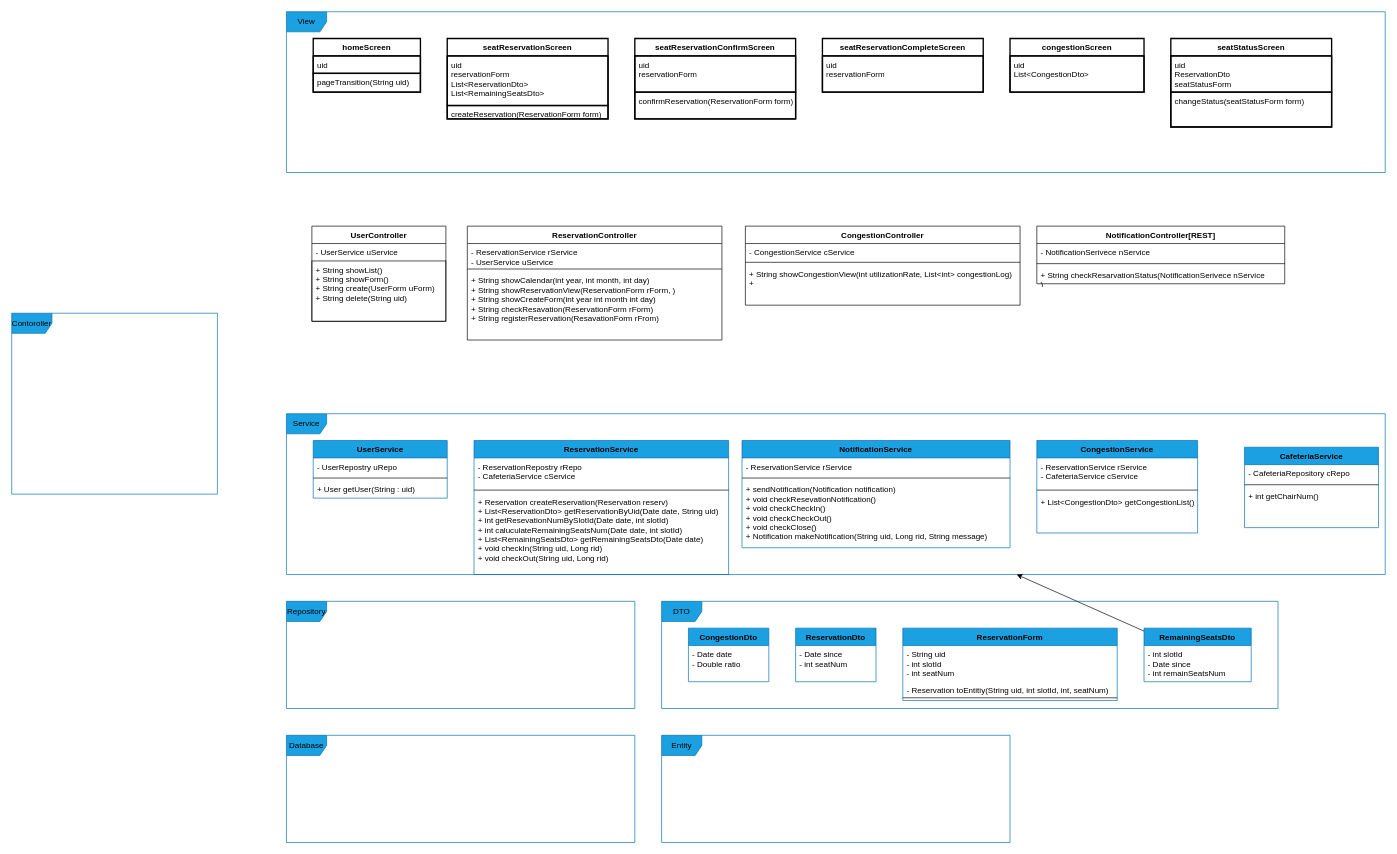
10matcho27/Avengers keeps this draw.io diagram as CaptainLunch/design/drawio/class_takamatsu.drawio. Above is the earlier version. Source tidied: cells renumbered, new cells numbered last; positions are measured from the earlier drawing's top-left corner, leaving out a move shared by most shapes. Both pictures are drawn from the tidied source at 67%, with x=0, y=0 at pixel (11, 11).
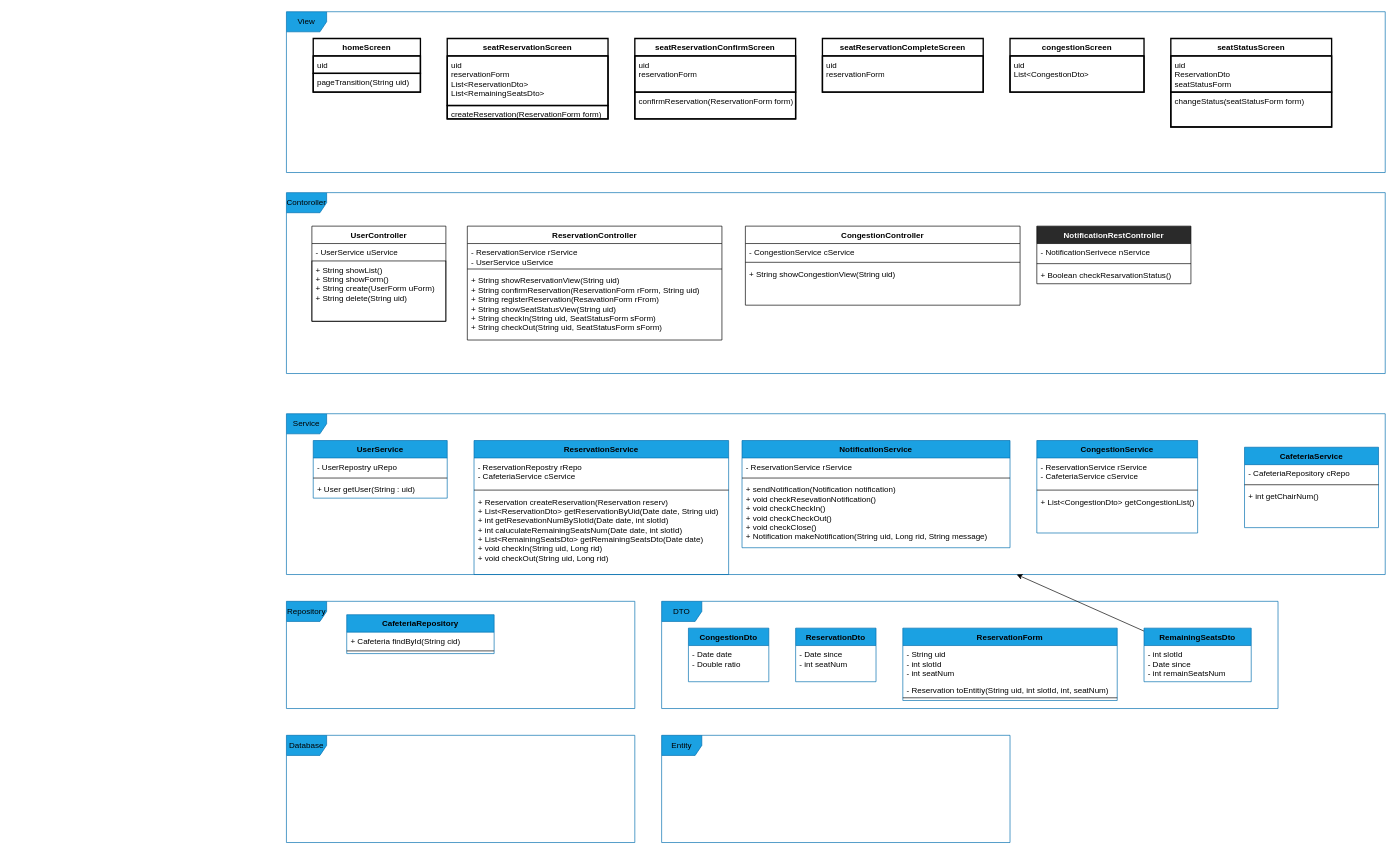
After the change.

Commit message:
途中経過 たかまつ

Unchanged cells that the change refers to:
```xml
<mxCell id="13" value="ReservationController" style="swimlane;fontStyle=1;align=center;verticalAlign=top;horizontal=1;startSize=26;strokeColor=#000000;" parent="1" vertex="1">
  <mxGeometry x="680" y="320" width="380" height="170" as="geometry" />
</mxCell>
<mxCell id="17" value="CongestionController" style="swimlane;fontStyle=1;align=center;verticalAlign=top;horizontal=1;startSize=26;strokeColor=#000000;" parent="1" vertex="1">
  <mxGeometry x="1095" y="320" width="410" height="118" as="geometry" />
</mxCell>
```

Diff of the diagram source:
```diff
@@
-    <mxCell id="16" value="+ String showCalendar(int year, int month, int day)&#10;+ String showReservationView(ReservationForm rForm, )&#10;+ String showCreateForm(int year int month int day)&#10;+ String checkResavation(ReservationForm rForm)&#10;+ String registerReservation(ResavationForm rFrom)" style="text;strokeColor=none;fillColor=none;align=left;verticalAlign=top;spacingLeft=4;spacingRight=4;overflow=hidden;fontColor=#000000;" parent="13" vertex="1">
+    <mxCell id="16" value="+ String showReservationView(String uid)&#10;+ String confirmReservation(ReservationForm rForm, String uid)&#10;+ String registerReservation(ResavationForm rFrom)&#10;+ String showSeatStatusView(String uid)&#10;+ String checkIn(String uid, SeatStatusForm sForm)&#10;+ String checkOut(String uid, SeatStatusForm sForm)" style="text;strokeColor=none;fillColor=none;align=left;verticalAlign=top;spacingLeft=4;spacingRight=4;overflow=hidden;fontColor=#000000;" parent="13" vertex="1">
       <mxGeometry y="68" width="380" height="102" as="geometry" />
     </mxCell>
@@
-    <mxCell id="20" value="+ String showCongestionView(int utilizationRate, List&lt;int&gt; congestionLog)&#10;+ " style="text;strokeColor=none;fillColor=none;align=left;verticalAlign=top;spacingLeft=4;spacingRight=4;overflow=hidden;fontColor=#000000;" parent="17" vertex="1">
+    <mxCell id="20" value="+ String showCongestionView(String uid) " style="text;strokeColor=none;fillColor=none;align=left;verticalAlign=top;spacingLeft=4;spacingRight=4;overflow=hidden;fontColor=#000000;" parent="17" vertex="1">
       <mxGeometry y="58" width="410" height="60" as="geometry" />
     </mxCell>
-    <mxCell id="21" value="NotificationController[REST]" style="swimlane;fontStyle=1;align=center;verticalAlign=top;horizontal=1;startSize=26;fontColor=#000000;fillColor=#FFFFFF;strokeColor=#000000;" parent="1" vertex="1">
-      <mxGeometry x="1530" y="320" width="370" height="86" as="geometry" />
+    <mxCell id="21" value="NotificationRestController" style="swimlane;fontStyle=1;align=center;verticalAlign=top;horizontal=1;startSize=26;fontColor=#FFFFFF;fillColor=#2A2A2A;strokeColor=#000000;" parent="1" vertex="1">
+      <mxGeometry x="1530" y="320" width="230" height="86" as="geometry" />
     </mxCell>
     <mxCell id="22" value="- NotificationSerivece nService" style="text;strokeColor=none;fillColor=none;align=left;verticalAlign=top;spacingLeft=4;spacingRight=4;overflow=hidden;fontColor=#000000;" parent="21" vertex="1">
-      <mxGeometry y="26" width="370" height="26" as="geometry" />
+      <mxGeometry y="26" width="230" height="26" as="geometry" />
     </mxCell>
     <mxCell id="23" style="line;strokeWidth=1;fillColor=none;align=left;verticalAlign=middle;spacingTop=-1;spacingLeft=3;spacingRight=3;labelPosition=right;strokeColor=#000000;" parent="21" vertex="1">
-      <mxGeometry y="52" width="370" height="8" as="geometry" />
+      <mxGeometry y="52" width="230" height="8" as="geometry" />
     </mxCell>
-    <mxCell id="24" value="+ String checkResarvationStatus(NotificationSerivece nService&#10;)" style="text;strokeColor=none;fillColor=none;align=left;verticalAlign=top;spacingLeft=4;spacingRight=4;overflow=hidden;fontColor=#000000;" parent="21" vertex="1">
-      <mxGeometry y="60" width="370" height="26" as="geometry" />
+    <mxCell id="24" value="+ Boolean checkResarvationStatus()" style="text;strokeColor=none;fillColor=none;align=left;verticalAlign=top;spacingLeft=4;spacingRight=4;overflow=hidden;fontColor=#000000;" parent="21" vertex="1">
+      <mxGeometry y="60" width="230" height="26" as="geometry" />
     </mxCell>
@@
     <mxCell id="54" value="Contoroller" style="shape=umlFrame;whiteSpace=wrap;html=1;fontColor=#000000;strokeColor=#006EAF;fillColor=#1ba1e2;" parent="1" vertex="1">
-      <mxGeometry y="450" width="307" height="270" as="geometry" />
+      <mxGeometry x="410" y="270" width="1640" height="270" as="geometry" />
     </mxCell>
@@
+    <mxCell id="71" value="CafeteriaRepository" style="swimlane;fontStyle=1;align=center;verticalAlign=top;horizontal=1;startSize=26;fontColor=#000000;fillColor=#1ba1e2;strokeColor=#006EAF;" parent="1" vertex="1">
+      <mxGeometry x="500" y="900" width="220" height="58" as="geometry" />
+    </mxCell>
+    <mxCell id="72" value="+ Cafeteria findById(String cid)" style="text;strokeColor=none;fillColor=none;align=left;verticalAlign=top;spacingLeft=4;spacingRight=4;overflow=hidden;fontColor=#000000;" parent="71" vertex="1">
+      <mxGeometry y="26" width="220" height="24" as="geometry" />
+    </mxCell>
+    <mxCell id="73" style="line;strokeWidth=1;fillColor=none;align=left;verticalAlign=middle;spacingTop=-1;spacingLeft=3;spacingRight=3;labelPosition=right;" parent="71" vertex="1">
+      <mxGeometry y="50" width="220" height="8" as="geometry" />
+    </mxCell>
```
